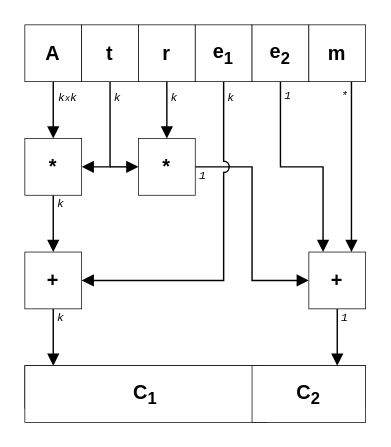
Before: pictures/kyber_enc.drawio in SamoKopecky/diploma-thesis-latex, a draw.io diagram. Source tidied: cells renumbered, new cells numbered last; positions are measured from the earlier drawing's top-left corner, leaving out a move shared by most shapes. Both pictures are drawn from the tidied source at 142%, with x=0, y=0 at pixel (24, 24).
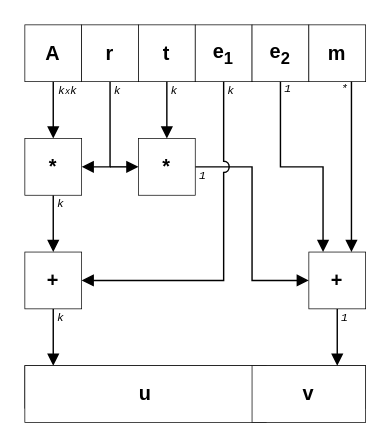
After the change.

The change refers to these unchanged cells:
```xml
<mxCell id="9" style="group;" parent="1" vertex="1">
  <mxGeometry width="240" height="40" as="geometry" />
</mxCell>
```

Diff of the diagram source:
```diff
@@
-    <mxCell id="11" value="&lt;b&gt;t&lt;/b&gt;" style="rounded=0;whiteSpace=wrap;html=1;strokeWidth=0.5;fontFamily=Helvetica;fontSize=14;fillColor=default;" parent="9" vertex="1">
+    <mxCell id="11" value="&lt;b&gt;r&lt;/b&gt;" style="rounded=0;whiteSpace=wrap;html=1;strokeWidth=0.5;fontFamily=Helvetica;fontSize=14;fillColor=default;" parent="9" vertex="1">
       <mxGeometry x="40" width="40" height="40" as="geometry" />
     </mxCell>
-    <mxCell id="12" value="&lt;b&gt;r&lt;/b&gt;" style="rounded=0;whiteSpace=wrap;html=1;strokeWidth=0.5;fontFamily=Helvetica;fontSize=14;fillColor=default;" parent="9" vertex="1">
+    <mxCell id="12" value="&lt;b&gt;t&lt;/b&gt;" style="rounded=0;whiteSpace=wrap;html=1;strokeWidth=0.5;fontFamily=Helvetica;fontSize=14;fillColor=default;" parent="9" vertex="1">
       <mxGeometry x="80" width="40" height="40" as="geometry" />
     </mxCell>
@@
-    <mxCell id="19" value="&lt;b&gt;C&lt;sub&gt;1&lt;/sub&gt;&lt;/b&gt;" style="rounded=0;whiteSpace=wrap;html=1;strokeWidth=0.5;fontFamily=Helvetica;fontSize=14;fillColor=default;" parent="1" vertex="1">
+    <mxCell id="19" value="&lt;b&gt;u&lt;/b&gt;" style="rounded=0;whiteSpace=wrap;html=1;strokeWidth=0.5;fontFamily=Helvetica;fontSize=14;fillColor=default;" parent="1" vertex="1">
       <mxGeometry y="240" width="170" height="40" as="geometry" />
     </mxCell>
-    <mxCell id="20" value="&lt;b&gt;C&lt;sub&gt;2&lt;/sub&gt;&lt;/b&gt;" style="rounded=0;whiteSpace=wrap;html=1;strokeWidth=0.5;fontFamily=Helvetica;fontSize=14;fillColor=default;" parent="1" vertex="1">
+    <mxCell id="20" value="&lt;b&gt;v&lt;/b&gt;" style="rounded=0;whiteSpace=wrap;html=1;strokeWidth=0.5;fontFamily=Helvetica;fontSize=14;fillColor=default;" parent="1" vertex="1">
       <mxGeometry x="160" y="240" width="80" height="40" as="geometry" />
     </mxCell>
@@
     <mxCell id="26" value="&lt;i&gt;&lt;font style=&quot;font-size: 8px;&quot;&gt;k&lt;/font&gt;&lt;font style=&quot;font-size: 6px;&quot;&gt;x&lt;/font&gt;&lt;font style=&quot;font-size: 8px;&quot;&gt;k&lt;/font&gt;&lt;/i&gt;" style="text;html=1;align=center;verticalAlign=middle;strokeColor=none;fillColor=none;fontSize=14;fontFamily=Courier New;" parent="1" vertex="1">
-      <mxGeometry x="10" y="35" width="40" height="30" as="geometry" />
+      <mxGeometry x="10" y="30" width="40" height="30" as="geometry" />
     </mxCell>
     <mxCell id="27" value="&lt;i&gt;&lt;font style=&quot;font-size: 8px;&quot;&gt;k&lt;/font&gt;&lt;/i&gt;" style="text;html=1;align=center;verticalAlign=middle;strokeColor=none;fillColor=none;fontSize=14;fontFamily=Courier New;" parent="1" vertex="1">
-      <mxGeometry x="50" y="35" width="30" height="30" as="geometry" />
+      <mxGeometry x="50" y="30" width="30" height="30" as="geometry" />
     </mxCell>
     <mxCell id="28" value="&lt;i&gt;&lt;font style=&quot;font-size: 8px;&quot;&gt;k&lt;/font&gt;&lt;/i&gt;" style="text;html=1;align=center;verticalAlign=middle;strokeColor=none;fillColor=none;fontSize=14;fontFamily=Courier New;" parent="1" vertex="1">
-      <mxGeometry x="90" y="35" width="30" height="30" as="geometry" />
+      <mxGeometry x="90" y="30" width="30" height="30" as="geometry" />
     </mxCell>
     <mxCell id="29" value="&lt;font style=&quot;font-size: 8px;&quot;&gt;1&lt;/font&gt;" style="text;html=1;align=center;verticalAlign=middle;strokeColor=none;fillColor=none;fontSize=6;fontFamily=Courier New;fontStyle=2;" parent="1" vertex="1">
-      <mxGeometry x="170" y="40" width="30" height="20" as="geometry" />
+      <mxGeometry x="170" y="35" width="30" height="20" as="geometry" />
     </mxCell>
     <mxCell id="30" value="&lt;i&gt;&lt;font style=&quot;font-size: 8px;&quot;&gt;k&lt;/font&gt;&lt;/i&gt;" style="text;html=1;align=center;verticalAlign=middle;strokeColor=none;fillColor=none;fontSize=14;fontFamily=Courier New;" parent="1" vertex="1">
-      <mxGeometry x="130" y="35" width="30" height="30" as="geometry" />
+      <mxGeometry x="130" y="30" width="30" height="30" as="geometry" />
     </mxCell>
     <mxCell id="31" value="&lt;font style=&quot;font-size: 8px;&quot;&gt;*&lt;/font&gt;" style="text;html=1;align=center;verticalAlign=middle;strokeColor=none;fillColor=none;fontSize=6;fontFamily=Courier New;fontStyle=2;" parent="1" vertex="1">
-      <mxGeometry x="210" y="40" width="30" height="20" as="geometry" />
+      <mxGeometry x="210" y="35" width="30" height="20" as="geometry" />
     </mxCell>
```
